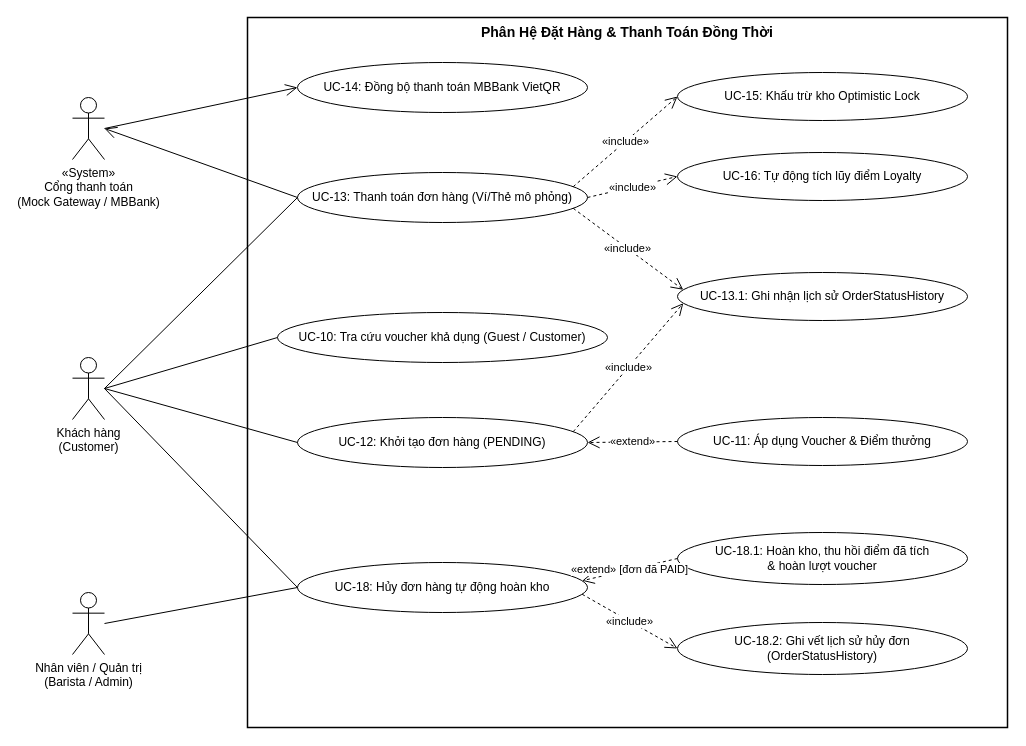
hanhdevsgu/BrewLite-Assignment2 keeps this draw.io diagram as docs/diagrams/usecases/03-subsystem-order-payment.drawio. Above is the earlier version. Source tidied: cells renumbered, new cells numbered last; positions are measured from the earlier drawing's top-left corner, leaving out a move shared by most shapes. Both pictures are drawn from the tidied source at 100%, with x=0, y=0 at pixel (72, 17).
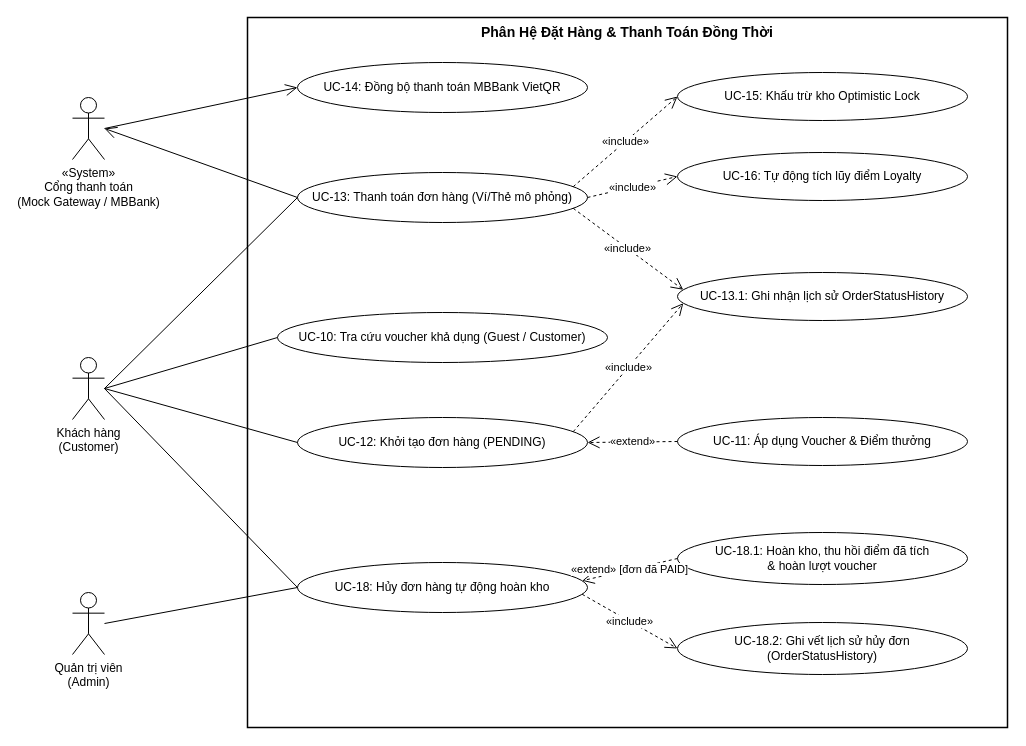
After the change.

Commit message (it also covers changes not shown here):
fix(orders,usecase): block STAFF from cancelOrder and sync usecase diagrams from fixed layout

What changed in the source:
```diff
@@
-    <mxCell id="5" value="Nhân viên / Quản trị&lt;br&gt;(Barista / Admin)" style="shape=umlActor;verticalLabelPosition=bottom;verticalAlign=top;html=1;outlineConnect=0;fillColor=#ffffff;strokeColor=#000000;fontSize=12;" parent="1" vertex="1">
+    <mxCell id="5" value="Quản trị viên&lt;br&gt;(Admin)" style="shape=umlActor;verticalLabelPosition=bottom;verticalAlign=top;html=1;outlineConnect=0;fillColor=#ffffff;strokeColor=#000000;fontSize=12;" parent="1" vertex="1">
       <mxGeometry y="575" width="32" height="62" as="geometry" />
     </mxCell>
```
